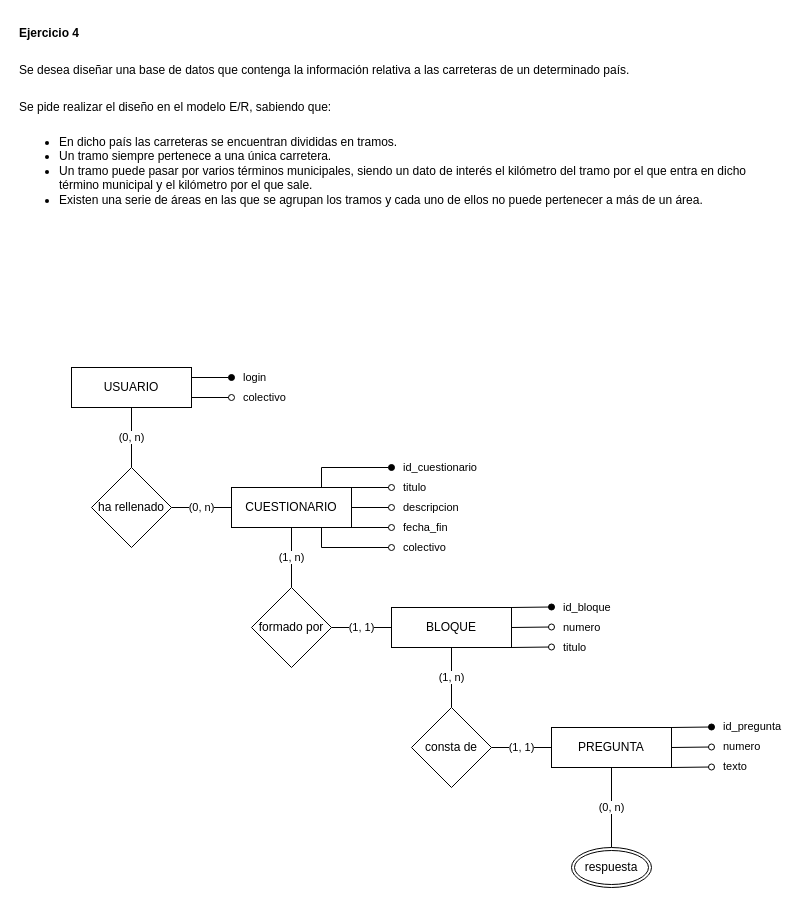
Earlier version of the draw.io diagram ~Base de Datos/Itinerario 03/Ejercicio4.drawio (zherar7ordoya/AP4). Source tidied: cells renumbered, new cells numbered last; positions are measured from the earlier drawing's top-left corner, leaving out a move shared by most shapes. Both pictures are drawn from the tidied source at 100%, with x=0, y=0 at pixel (17, 17).
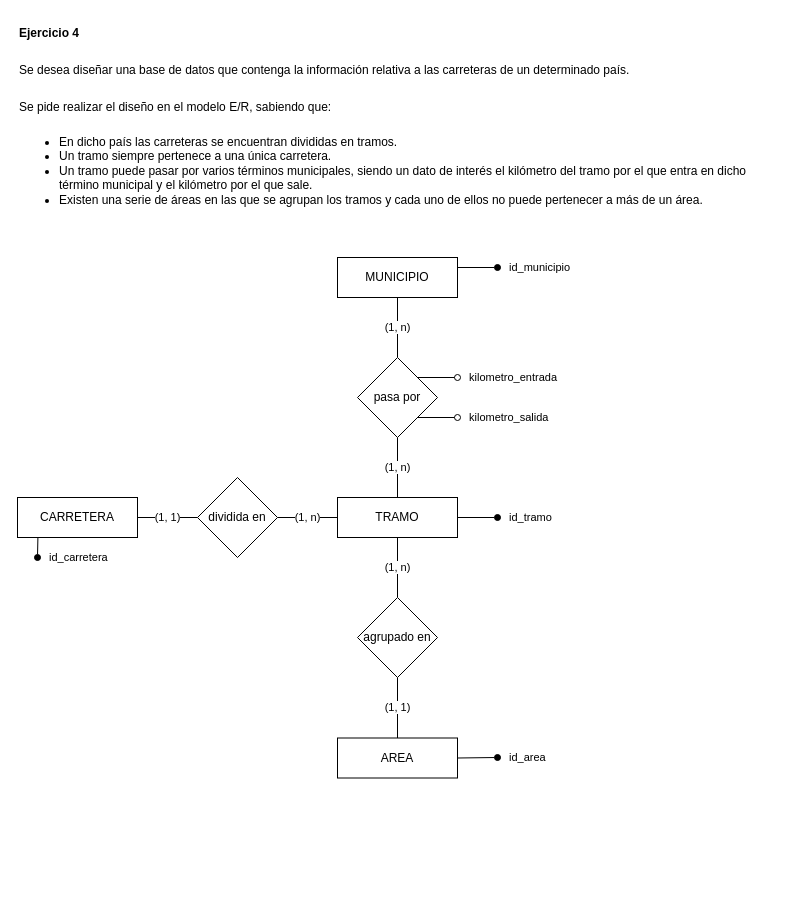
After the change.

Change to the diagram source:
```diff
@@
-    <mxCell id="2" value="login" style="edgeStyle=none;rounded=0;jettySize=auto;html=1;endArrow=oval;endFill=1;startArrow=none;startFill=0;labelPosition=center;verticalLabelPosition=middle;align=left;verticalAlign=middle;exitX=1;exitY=0.25;exitDx=0;exitDy=0;" parent="1" edge="1" source="5">
+    <mxCell id="2" value="id_municipio" style="edgeStyle=none;rounded=0;jettySize=auto;html=1;endArrow=oval;endFill=1;startArrow=none;startFill=0;labelPosition=center;verticalLabelPosition=middle;align=left;verticalAlign=middle;exitX=1;exitY=0.25;exitDx=0;exitDy=0;" parent="1" edge="1" source="5">
       <mxGeometry x="1" y="10" relative="1" as="geometry">
-        <mxPoint x="214" y="360" as="targetPoint" />
+        <mxPoint x="480" y="250" as="targetPoint" />
         <mxPoint x="10" y="10" as="offset" />
       </mxGeometry>
     </mxCell>
-    <mxCell id="3" value="(0, n)" style="edgeStyle=none;rounded=0;jettySize=auto;html=1;exitX=0.5;exitY=1;exitDx=0;exitDy=0;startArrow=none;startFill=0;endArrow=none;endFill=0;" parent="1" edge="1" source="5" target="18">
+    <mxCell id="3" value="(1, n)" style="edgeStyle=none;rounded=0;jettySize=auto;html=1;exitX=0.5;exitY=1;exitDx=0;exitDy=0;startArrow=none;startFill=0;endArrow=none;endFill=0;entryX=0.5;entryY=0;entryDx=0;entryDy=0;" parent="1" edge="1" source="5" target="36">
       <mxGeometry relative="1" as="geometry" />
     </mxCell>
-    <mxCell id="4" value="colectivo" style="rounded=0;jettySize=auto;html=1;exitX=1;exitY=0.75;exitDx=0;exitDy=0;endArrow=oval;endFill=0;align=left;labelPosition=center;verticalLabelPosition=middle;verticalAlign=middle;" parent="1" edge="1" source="5">
-      <mxGeometry x="1" y="10" relative="1" as="geometry">
-        <mxPoint x="214" y="380" as="targetPoint" />
-        <mxPoint x="10" y="10" as="offset" />
-      </mxGeometry>
-    </mxCell>
-    <mxCell id="5" value="USUARIO" style="whiteSpace=wrap;html=1;align=center;" parent="1" vertex="1">
-      <mxGeometry x="54" y="350" width="120" height="40" as="geometry" />
+    <mxCell id="5" value="MUNICIPIO" style="whiteSpace=wrap;html=1;align=center;" parent="1" vertex="1">
+      <mxGeometry x="320" y="240" width="120" height="40" as="geometry" />
     </mxCell>
-    <mxCell id="6" value="id_cuestionario" style="rounded=0;jettySize=auto;html=1;exitX=0.75;exitY=0;exitDx=0;exitDy=0;startArrow=none;startFill=0;endArrow=oval;endFill=1;labelPosition=center;verticalLabelPosition=middle;align=left;verticalAlign=middle;" parent="1" edge="1" source="12">
-      <mxGeometry x="1" y="10" relative="1" as="geometry">
-        <mxPoint x="374" y="450" as="targetPoint" />
-        <Array as="points">
-          <mxPoint x="304" y="450" />
-        </Array>
-        <mxPoint x="10" y="10" as="offset" />
-      </mxGeometry>
-    </mxCell>
-    <mxCell id="7" value="colectivo" style="edgeStyle=orthogonalEdgeStyle;rounded=0;jettySize=auto;html=1;exitX=0.75;exitY=1;exitDx=0;exitDy=0;startArrow=none;startFill=0;endArrow=oval;endFill=0;labelPosition=center;verticalLabelPosition=middle;align=left;verticalAlign=middle;" parent="1" edge="1" source="12">
-      <mxGeometry x="1" y="-10" relative="1" as="geometry">
-        <mxPoint x="374" y="530" as="targetPoint" />
-        <Array as="points">
-          <mxPoint x="304" y="530" />
-        </Array>
-        <mxPoint x="10" y="-10" as="offset" />
-      </mxGeometry>
-    </mxCell>
-    <mxCell id="8" value="(1, n)" style="edgeStyle=none;rounded=0;jettySize=auto;html=1;exitX=0.5;exitY=1;exitDx=0;exitDy=0;entryX=0.5;entryY=0;entryDx=0;entryDy=0;startArrow=none;startFill=0;endArrow=none;endFill=0;" parent="1" edge="1" source="12" target="20">
+    <mxCell id="8" value="(1, n)" style="edgeStyle=none;rounded=0;jettySize=auto;html=1;exitX=0.5;exitY=1;exitDx=0;exitDy=0;entryX=0.5;entryY=0;entryDx=0;entryDy=0;startArrow=none;startFill=0;endArrow=none;endFill=0;" parent="1" edge="1" source="33" target="20">
       <mxGeometry relative="1" as="geometry" />
     </mxCell>
-    <mxCell id="9" value="fecha_fin" style="rounded=1;sketch=0;jettySize=auto;html=1;exitX=1;exitY=1;exitDx=0;exitDy=0;endArrow=oval;endFill=0;align=left;labelPosition=center;verticalLabelPosition=middle;verticalAlign=middle;" parent="1" edge="1" source="12">
-      <mxGeometry x="1" y="10" relative="1" as="geometry">
-        <mxPoint x="374" y="510" as="targetPoint" />
-        <mxPoint x="10" y="10" as="offset" />
-      </mxGeometry>
-    </mxCell>
-    <mxCell id="10" value="descripcion" style="rounded=1;sketch=0;jettySize=auto;html=1;exitX=1;exitY=0.5;exitDx=0;exitDy=0;endArrow=oval;endFill=0;align=left;labelPosition=center;verticalLabelPosition=middle;verticalAlign=middle;" parent="1" edge="1" source="12">
-      <mxGeometry x="1" y="10" relative="1" as="geometry">
-        <mxPoint x="374" y="490" as="targetPoint" />
-        <mxPoint x="10" y="10" as="offset" />
-      </mxGeometry>
-    </mxCell>
-    <mxCell id="11" value="titulo" style="rounded=1;sketch=0;jettySize=auto;html=1;exitX=1;exitY=0;exitDx=0;exitDy=0;endArrow=oval;endFill=0;align=left;labelPosition=center;verticalLabelPosition=middle;verticalAlign=middle;" parent="1" edge="1" source="12">
-      <mxGeometry x="1" y="10" relative="1" as="geometry">
-        <mxPoint x="374" y="470" as="targetPoint" />
-        <mxPoint x="10" y="10" as="offset" />
-      </mxGeometry>
-    </mxCell>
+    <mxCell id="31" value="id_carretera" style="rounded=0;jettySize=auto;html=1;exitX=0.17;exitY=1.01;exitDx=0;exitDy=0;endArrow=oval;endFill=1;align=left;exitPerimeter=0;" parent="1" edge="1" source="12">
+      <mxGeometry x="0.98" y="10" relative="1" as="geometry">
+        <mxPoint x="20" y="540" as="targetPoint" />
+      </mxGeometry>
+    </mxCell>
-    <mxCell id="12" value="CUESTIONARIO" style="whiteSpace=wrap;html=1;align=center;" parent="1" vertex="1">
-      <mxGeometry x="214" y="470" width="120" height="40" as="geometry" />
+    <mxCell id="12" value="CARRETERA" style="whiteSpace=wrap;html=1;align=center;" parent="1" vertex="1">
+      <mxGeometry y="480" width="120" height="40" as="geometry" />
     </mxCell>
-    <mxCell id="13" value="id_bloque" style="edgeStyle=none;rounded=0;jettySize=auto;html=1;exitX=1;exitY=0;exitDx=0;exitDy=0;startArrow=none;startFill=0;endArrow=oval;endFill=1;labelPosition=center;verticalLabelPosition=middle;align=left;verticalAlign=middle;" parent="1" edge="1" source="16">
+    <mxCell id="13" value="id_area" style="edgeStyle=none;rounded=0;jettySize=auto;html=1;exitX=1;exitY=0.5;exitDx=0;exitDy=0;startArrow=none;startFill=0;endArrow=oval;endFill=1;labelPosition=center;verticalLabelPosition=middle;align=left;verticalAlign=middle;" parent="1" edge="1" source="16">
       <mxGeometry x="1" y="10" relative="1" as="geometry">
-        <mxPoint x="534" y="589.5" as="targetPoint" />
+        <mxPoint x="480" y="740" as="targetPoint" />
         <mxPoint x="10" y="10" as="offset" />
       </mxGeometry>
     </mxCell>
-    <mxCell id="14" value="numero" style="edgeStyle=none;rounded=0;jettySize=auto;html=1;exitX=1;exitY=0.5;exitDx=0;exitDy=0;startArrow=none;startFill=0;endArrow=oval;endFill=0;labelPosition=center;verticalLabelPosition=middle;align=left;verticalAlign=middle;" parent="1" edge="1" source="16">
-      <mxGeometry x="1" y="10" relative="1" as="geometry">
-        <mxPoint x="534" y="609.5" as="targetPoint" />
-        <mxPoint x="10" y="10" as="offset" />
-      </mxGeometry>
-    </mxCell>
-    <mxCell id="15" value="titulo" style="rounded=1;sketch=0;jettySize=auto;html=1;exitX=1;exitY=1;exitDx=0;exitDy=0;endArrow=oval;endFill=0;align=left;labelPosition=center;verticalLabelPosition=middle;verticalAlign=middle;" parent="1" edge="1" source="16">
-      <mxGeometry x="1" y="10" relative="1" as="geometry">
-        <mxPoint x="534" y="629.5" as="targetPoint" />
-        <mxPoint x="10" y="10" as="offset" />
-      </mxGeometry>
-    </mxCell>
-    <mxCell id="16" value="BLOQUE" style="whiteSpace=wrap;html=1;align=center;" parent="1" vertex="1">
-      <mxGeometry x="374" y="590" width="120" height="40" as="geometry" />
+    <mxCell id="16" value="AREA" style="whiteSpace=wrap;html=1;align=center;" parent="1" vertex="1">
+      <mxGeometry x="320" y="720.5" width="120" height="40" as="geometry" />
     </mxCell>
-    <mxCell id="17" value="(0, n)" style="edgeStyle=none;rounded=0;jettySize=auto;html=1;exitX=1;exitY=0.5;exitDx=0;exitDy=0;entryX=0;entryY=0.5;entryDx=0;entryDy=0;startArrow=none;startFill=0;endArrow=none;endFill=0;" parent="1" edge="1" source="18" target="12">
+    <mxCell id="17" value="(1, n)" style="edgeStyle=none;rounded=0;jettySize=auto;html=1;exitX=1;exitY=0.5;exitDx=0;exitDy=0;startArrow=none;startFill=0;endArrow=none;endFill=0;entryX=0;entryY=0.5;entryDx=0;entryDy=0;" parent="1" edge="1" source="18" target="33">
       <mxGeometry relative="1" as="geometry" />
     </mxCell>
-    <mxCell id="18" value="ha rellenado" style="shape=rhombus;perimeter=rhombusPerimeter;whiteSpace=wrap;html=1;align=center;" parent="1" vertex="1">
-      <mxGeometry x="74" y="450" width="80" height="80" as="geometry" />
+    <mxCell id="18" value="dividida en" style="shape=rhombus;perimeter=rhombusPerimeter;whiteSpace=wrap;html=1;align=center;" parent="1" vertex="1">
+      <mxGeometry x="180" y="460" width="80" height="80" as="geometry" />
     </mxCell>
-    <mxCell id="19" value="(1, 1)" style="edgeStyle=none;rounded=0;jettySize=auto;html=1;exitX=1;exitY=0.5;exitDx=0;exitDy=0;entryX=0;entryY=0.5;entryDx=0;entryDy=0;startArrow=none;startFill=0;endArrow=none;endFill=0;" parent="1" edge="1" source="20" target="16">
+    <mxCell id="19" value="(1, 1)" style="edgeStyle=none;rounded=0;jettySize=auto;html=1;exitX=0.5;exitY=1;exitDx=0;exitDy=0;entryX=0.5;entryY=0;entryDx=0;entryDy=0;startArrow=none;startFill=0;endArrow=none;endFill=0;" parent="1" edge="1" source="20" target="16">
       <mxGeometry relative="1" as="geometry" />
     </mxCell>
-    <mxCell id="20" value="formado por" style="shape=rhombus;perimeter=rhombusPerimeter;whiteSpace=wrap;html=1;align=center;" parent="1" vertex="1">
-      <mxGeometry x="234" y="570" width="80" height="80" as="geometry" />
+    <mxCell id="20" value="agrupado en" style="shape=rhombus;perimeter=rhombusPerimeter;whiteSpace=wrap;html=1;align=center;" parent="1" vertex="1">
+      <mxGeometry x="340" y="580" width="80" height="80" as="geometry" />
     </mxCell>
-    <mxCell id="21" value="id_pregunta" style="edgeStyle=none;rounded=0;jettySize=auto;html=1;exitX=1;exitY=0;exitDx=0;exitDy=0;startArrow=none;startFill=0;endArrow=oval;endFill=1;labelPosition=center;verticalLabelPosition=middle;align=left;verticalAlign=middle;" parent="1" edge="1" source="24">
-      <mxGeometry x="1" y="-10" relative="1" as="geometry">
-        <mxPoint x="694" y="709.5" as="targetPoint" />
-        <mxPoint x="10" y="-10" as="offset" />
-      </mxGeometry>
-    </mxCell>
-    <mxCell id="22" value="numero" style="edgeStyle=none;rounded=0;jettySize=auto;html=1;exitX=1;exitY=0.5;exitDx=0;exitDy=0;startArrow=none;startFill=0;endArrow=oval;endFill=0;labelPosition=center;verticalLabelPosition=middle;align=left;verticalAlign=middle;" parent="1" edge="1" source="24">
-      <mxGeometry x="1" y="-10" relative="1" as="geometry">
-        <mxPoint x="694" y="729.5" as="targetPoint" />
-        <mxPoint x="10" y="-10" as="offset" />
-      </mxGeometry>
-    </mxCell>
-    <mxCell id="23" value="texto" style="rounded=1;sketch=0;jettySize=auto;html=1;exitX=1;exitY=1;exitDx=0;exitDy=0;endArrow=oval;endFill=0;align=left;labelPosition=center;verticalLabelPosition=middle;verticalAlign=middle;" parent="1" edge="1" source="24">
-      <mxGeometry x="1" y="-10" relative="1" as="geometry">
-        <mxPoint x="694" y="749.5" as="targetPoint" />
-        <mxPoint x="10" y="-10" as="offset" />
-      </mxGeometry>
-    </mxCell>
-    <mxCell id="24" value="PREGUNTA" style="whiteSpace=wrap;html=1;align=center;" parent="1" vertex="1">
-      <mxGeometry x="534" y="710" width="120" height="40" as="geometry" />
-    </mxCell>
-    <mxCell id="25" value="(0, n)" style="edgeStyle=orthogonalEdgeStyle;curved=0;rounded=1;sketch=0;jettySize=auto;html=1;entryX=0.5;entryY=1;entryDx=0;entryDy=0;endArrow=none;endFill=0;exitX=0.5;exitY=0;exitDx=0;exitDy=0;" parent="1" edge="1" source="29" target="24">
-      <mxGeometry relative="1" as="geometry" />
-    </mxCell>
+    <mxCell id="30" value="&lt;p style=&quot;box-sizing: border-box ; margin: 0px 0px 1rem ; padding: 0px ; line-height: 1.5 ; overflow-wrap: break-word ; cursor: text ; min-height: 1.3125rem&quot;&gt;&lt;b&gt;Ejercicio 4&lt;/b&gt;&lt;/p&gt;&lt;p style=&quot;box-sizing: border-box ; margin: 0px 0px 1rem ; padding: 0px ; line-height: 1.5 ; overflow-wrap: break-word ; cursor: text ; min-height: 1.3125rem&quot;&gt;Se desea diseñar una base de datos que contenga la información relativa a las carreteras de un determinado país.&lt;/p&gt;&lt;p style=&quot;box-sizing: border-box ; margin: 0px 0px 1rem ; padding: 0px ; line-height: 1.5 ; overflow-wrap: break-word ; cursor: text ; min-height: 1.3125rem&quot;&gt;Se pide realizar el diseño en el modelo E/R, sabiendo que:&lt;/p&gt;&lt;ul&gt;&lt;li&gt;En dicho país las carreteras se encuentran divididas en tramos.&lt;/li&gt;&lt;li&gt;Un tramo siempre pertenece a una única carretera.&lt;/li&gt;&lt;li&gt;Un tramo puede pasar por varios términos municipales, siendo un dato de interés el kilómetro del tramo por el que entra en dicho término municipal y el kilómetro por el que sale.&lt;/li&gt;&lt;li&gt;Existen una serie de áreas en las que se agrupan los tramos y cada uno de ellos no puede pertenecer a más de un área.&lt;/li&gt;&lt;/ul&gt;&lt;p&gt;&lt;/p&gt;&lt;p&gt;&lt;/p&gt;" style="text;html=1;strokeColor=none;fillColor=none;align=left;verticalAlign=top;whiteSpace=wrap;rounded=0;" parent="1" vertex="1">
+      <mxGeometry width="760" height="200" as="geometry" />
+    </mxCell>
+    <mxCell id="27" value="(1, 1)" style="rounded=0;jettySize=auto;html=1;exitX=1;exitY=0.5;exitDx=0;exitDy=0;endArrow=none;endFill=0;entryX=0;entryY=0.5;entryDx=0;entryDy=0;" parent="1" edge="1" source="12" target="18">
+      <mxGeometry relative="1" as="geometry" />
+    </mxCell>
+    <mxCell id="32" value="id_tramo" style="edgeStyle=none;rounded=0;jettySize=auto;html=1;exitX=1;exitY=0.5;exitDx=0;exitDy=0;endArrow=oval;endFill=1;align=left;" parent="1" edge="1" source="33">
+      <mxGeometry x="1" y="10" relative="1" as="geometry">
+        <mxPoint x="480" y="500" as="targetPoint" />
+        <mxPoint x="10" y="10" as="offset" />
+      </mxGeometry>
+    </mxCell>
+    <mxCell id="33" value="TRAMO" style="whiteSpace=wrap;html=1;align=center;" parent="1" vertex="1">
+      <mxGeometry x="320" y="480" width="120" height="40" as="geometry" />
+    </mxCell>
-    <mxCell id="26" value="(1, n)" style="edgeStyle=none;rounded=0;jettySize=auto;html=1;exitX=0.5;exitY=1;exitDx=0;exitDy=0;startArrow=none;startFill=0;endArrow=none;endFill=0;" parent="1" edge="1" source="16" target="28">
+    <mxCell id="26" value="(1, n)" style="edgeStyle=none;rounded=0;jettySize=auto;html=1;exitX=0.5;exitY=1;exitDx=0;exitDy=0;entryX=0.5;entryY=0;entryDx=0;entryDy=0;endArrow=none;endFill=0;" parent="1" edge="1" source="36" target="33">
       <mxGeometry relative="1" as="geometry" />
     </mxCell>
-    <mxCell id="27" value="(1, 1)" style="edgeStyle=none;rounded=0;jettySize=auto;html=1;exitX=1;exitY=0.5;exitDx=0;exitDy=0;startArrow=none;startFill=0;endArrow=none;endFill=0;entryX=0;entryY=0.5;entryDx=0;entryDy=0;" parent="1" edge="1" source="28" target="24">
-      <mxGeometry relative="1" as="geometry" />
-    </mxCell>
-    <mxCell id="28" value="consta de" style="shape=rhombus;perimeter=rhombusPerimeter;whiteSpace=wrap;html=1;align=center;" parent="1" vertex="1">
-      <mxGeometry x="394" y="690" width="80" height="80" as="geometry" />
-    </mxCell>
-    <mxCell id="29" value="respuesta" style="ellipse;shape=doubleEllipse;margin=3;whiteSpace=wrap;html=1;align=center;rounded=0;sketch=0;" parent="1" vertex="1">
-      <mxGeometry x="554" y="830" width="80" height="40" as="geometry" />
-    </mxCell>
-    <mxCell id="30" value="&lt;p style=&quot;box-sizing: border-box ; margin: 0px 0px 1rem ; padding: 0px ; line-height: 1.5 ; overflow-wrap: break-word ; cursor: text ; min-height: 1.3125rem&quot;&gt;&lt;b&gt;Ejercicio 4&lt;/b&gt;&lt;/p&gt;&lt;p style=&quot;box-sizing: border-box ; margin: 0px 0px 1rem ; padding: 0px ; line-height: 1.5 ; overflow-wrap: break-word ; cursor: text ; min-height: 1.3125rem&quot;&gt;Se desea diseñar una base de datos que contenga la información relativa a las carreteras de un determinado país.&lt;/p&gt;&lt;p style=&quot;box-sizing: border-box ; margin: 0px 0px 1rem ; padding: 0px ; line-height: 1.5 ; overflow-wrap: break-word ; cursor: text ; min-height: 1.3125rem&quot;&gt;Se pide realizar el diseño en el modelo E/R, sabiendo que:&lt;/p&gt;&lt;ul&gt;&lt;li&gt;En dicho país las carreteras se encuentran divididas en tramos.&lt;/li&gt;&lt;li&gt;Un tramo siempre pertenece a una única carretera.&lt;/li&gt;&lt;li&gt;Un tramo puede pasar por varios términos municipales, siendo un dato de interés el kilómetro del tramo por el que entra en dicho término municipal y el kilómetro por el que sale.&lt;/li&gt;&lt;li&gt;Existen una serie de áreas en las que se agrupan los tramos y cada uno de ellos no puede pertenecer a más de un área.&lt;/li&gt;&lt;/ul&gt;&lt;p&gt;&lt;/p&gt;&lt;p&gt;&lt;/p&gt;" style="text;html=1;strokeColor=none;fillColor=none;align=left;verticalAlign=top;whiteSpace=wrap;rounded=0;" parent="1" vertex="1">
-      <mxGeometry width="760" height="240" as="geometry" />
-    </mxCell>
+    <mxCell id="34" value="kilometro_entrada" style="edgeStyle=none;rounded=0;jettySize=auto;html=1;exitX=1;exitY=0;exitDx=0;exitDy=0;endArrow=oval;endFill=0;labelPosition=center;verticalLabelPosition=middle;align=left;verticalAlign=middle;" parent="1" edge="1" source="36">
+      <mxGeometry x="1" y="10" relative="1" as="geometry">
+        <mxPoint x="440" y="360" as="targetPoint" />
+        <mxPoint x="10" y="10" as="offset" />
+      </mxGeometry>
+    </mxCell>
+    <mxCell id="35" value="kilometro_salida" style="edgeStyle=none;rounded=0;jettySize=auto;html=1;exitX=1;exitY=1;exitDx=0;exitDy=0;endArrow=oval;endFill=0;align=left;" parent="1" edge="1" source="36">
+      <mxGeometry x="1" y="10" relative="1" as="geometry">
+        <mxPoint x="440" y="400" as="targetPoint" />
+        <mxPoint x="10" y="10" as="offset" />
+      </mxGeometry>
+    </mxCell>
+    <mxCell id="36" value="pasa por" style="shape=rhombus;perimeter=rhombusPerimeter;whiteSpace=wrap;html=1;align=center;" parent="1" vertex="1">
+      <mxGeometry x="340" y="340" width="80" height="80" as="geometry" />
+    </mxCell>
```
